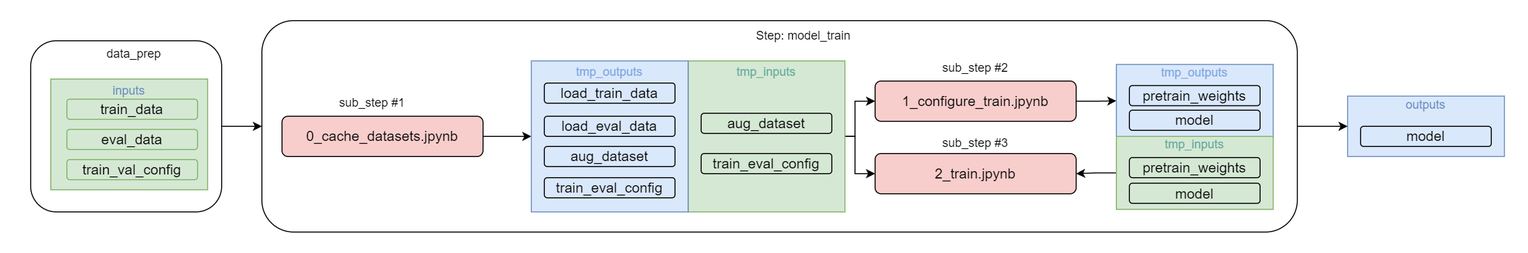
Before: imgs/model_train_interface.drawio.png, a diagram exported from draw.io (4-DS/obj_detect_rest-model_train). Source tidied: cells renumbered, new cells last; positions are measured from the earlier drawing's top-left corner, leaving out a move shared by most shapes.
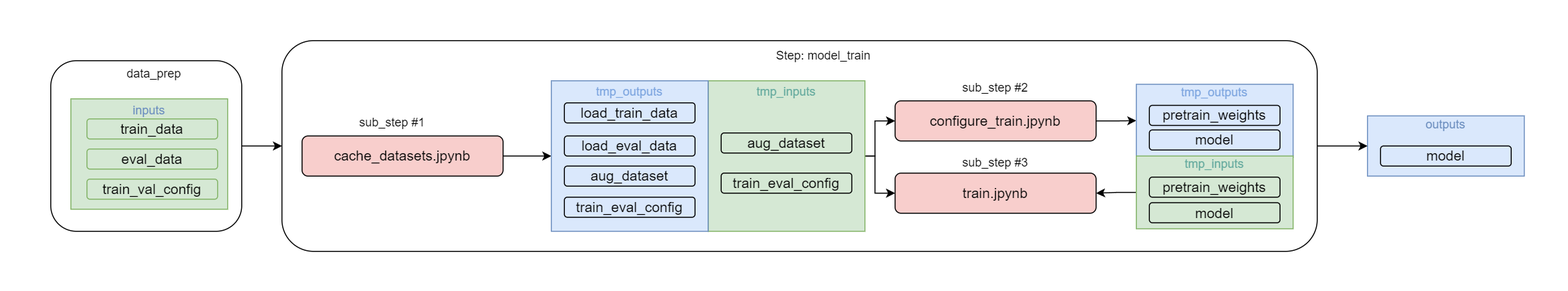
After the commit.

Change to the diagram source:
```diff
@@ -33,13 +33,13 @@
     <mxCell id="8" style="edgeStyle=orthogonalEdgeStyle;rounded=0;jettySize=auto;html=1;entryX=0;entryY=0.5;entryDx=0;entryDy=0;" parent="1" edge="1" source="9" target="31">
       <mxGeometry relative="1" as="geometry" />
     </mxCell>
-    <mxCell id="9" value="&lt;font style=&quot;font-size: 14px;&quot;&gt;1_configure_train.jpynb&lt;/font&gt;" style="rounded=1;whiteSpace=wrap;html=1;fillColor=#f8cecc;strokeColor=#000000;strokeWidth=1;" parent="1" vertex="1">
+    <mxCell id="9" value="&lt;font style=&quot;font-size: 14px;&quot;&gt;configure_train.jpynb&lt;/font&gt;" style="rounded=1;whiteSpace=wrap;html=1;fillColor=#f8cecc;strokeColor=#000000;strokeWidth=1;" parent="1" vertex="1">
       <mxGeometry x="870" y="80" width="200" height="40" as="geometry" />
     </mxCell>
     <mxCell id="10" style="edgeStyle=orthogonalEdgeStyle;rounded=0;jettySize=auto;html=1;entryX=0;entryY=0.5;entryDx=0;entryDy=0;" parent="1" edge="1" source="11" target="12">
       <mxGeometry relative="1" as="geometry" />
     </mxCell>
-    <mxCell id="11" value="&lt;font style=&quot;font-size: 14px;&quot;&gt;0_cache_datasets.jpynb&lt;/font&gt;" style="rounded=1;whiteSpace=wrap;html=1;fillColor=#f8cecc;strokeColor=#000000;strokeWidth=1;" parent="1" vertex="1">
+    <mxCell id="11" value="&lt;font style=&quot;font-size: 14px;&quot;&gt;cache_datasets.jpynb&lt;/font&gt;" style="rounded=1;whiteSpace=wrap;html=1;fillColor=#f8cecc;strokeColor=#000000;strokeWidth=1;" parent="1" vertex="1">
       <mxGeometry x="280" y="115" width="200" height="40" as="geometry" />
     </mxCell>
     <mxCell id="12" value="&lt;font style=&quot;font-size: 12px;&quot;&gt;&lt;font color=&quot;#7ea6e0&quot;&gt;&lt;font style=&quot;font-size: 12px;&quot;&gt;tmp_outputs&lt;/font&gt;&lt;br&gt;&lt;br&gt;&lt;br&gt;&lt;br&gt;&lt;br&gt;&lt;br&gt;&lt;br&gt;&lt;br&gt;&lt;br&gt;&lt;/font&gt;&lt;br&gt;&lt;/font&gt;" style="rounded=0;whiteSpace=wrap;html=1;fillColor=#dae8fc;strokeColor=#6c8ebf;" parent="1" vertex="1">
@@ -54,7 +54,7 @@
     <mxCell id="15" value="&lt;font style=&quot;font-size: 14px;&quot;&gt;train_eval_config&lt;/font&gt;" style="rounded=1;whiteSpace=wrap;html=1;fillColor=#dae8fc;strokeColor=#000000;strokeWidth=1;" parent="1" vertex="1">
       <mxGeometry x="541" y="176" width="130" height="20" as="geometry" />
     </mxCell>
-    <mxCell id="16" value="&lt;font style=&quot;font-size: 14px;&quot;&gt;2_train.jpynb&lt;/font&gt;" style="rounded=1;whiteSpace=wrap;html=1;fillColor=#f8cecc;strokeColor=#000000;strokeWidth=1;" parent="1" vertex="1">
+    <mxCell id="16" value="&lt;font style=&quot;font-size: 14px;&quot;&gt;train.jpynb&lt;/font&gt;" style="rounded=1;whiteSpace=wrap;html=1;fillColor=#f8cecc;strokeColor=#000000;strokeWidth=1;" parent="1" vertex="1">
       <mxGeometry x="870" y="152" width="200" height="40" as="geometry" />
     </mxCell>
     <mxCell id="17" value="&lt;font style=&quot;font-size: 14px;&quot;&gt;aug_dataset&lt;/font&gt;" style="rounded=1;whiteSpace=wrap;html=1;fillColor=#d5e8d4;strokeColor=#000000;strokeWidth=1;" parent="1" vertex="1">
```
